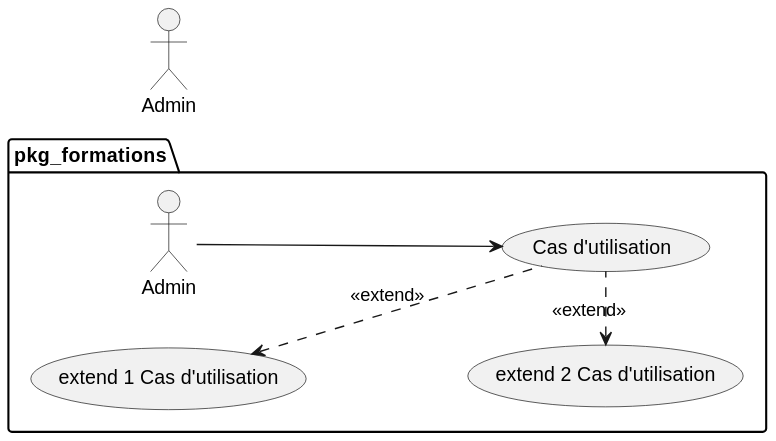
Above: docs/diagrammes/pkg_formations/uses_cases_pkg_formations/uses_cases_pkg_formations.svg in solicoders/soli-lms (PlantUML), before the change.
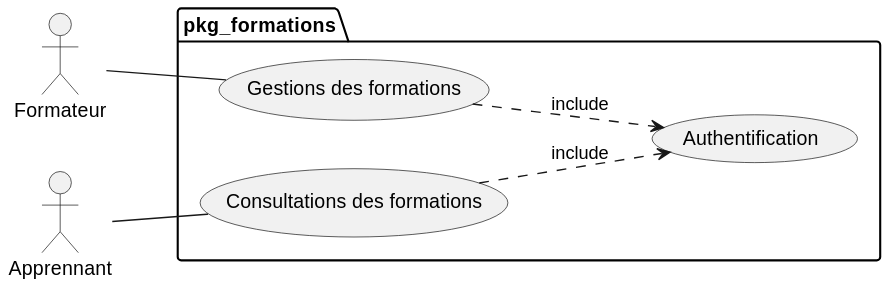
After the commit.

Diff of the diagram source:
```diff
@@ -1,14 +1,15 @@
 @startuml
 left to right direction
 
-
-actor Admin as admin
+actor Formateur
+actor Apprennant
 
 package pkg_formations {
 
-  Admin -->  (Cas d'utilisation)
-  (extend 1 Cas d'utilisation)  <..  (Cas d'utilisation)  : <<extend>>
-  (extend 2 Cas d'utilisation)  <.  (Cas d'utilisation)  : <<extend>>
+  Formateur -- (Gestions des formations)
+  Apprennant -- (Consultations des formations)
+
+  (Gestions des formations) ..> (Authentification) : include
+  (Consultations des formations) ..> (Authentification) : include
 }
-
 @enduml
```
